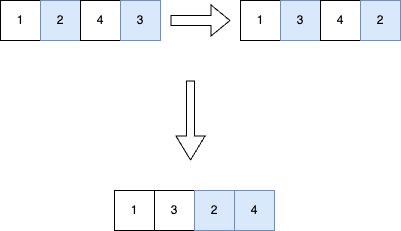
Earlier version of the draw.io export UML/下一个排列.drawio.png (Luozujian/draw). Source tidied: cells renumbered, new cells last; positions are measured from the earlier drawing's top-left corner, leaving out a move shared by most shapes. The source it was exported from:
```xml
<mxGraphModel>
  <root>
    <mxCell id="0" />
    <mxCell id="1" parent="0" />
    <mxCell id="2" value="1" style="rounded=0;whiteSpace=wrap;html=1;" parent="1" vertex="1">
      <mxGeometry width="40" height="40" as="geometry" />
    </mxCell>
    <mxCell id="3" value="2" style="rounded=0;whiteSpace=wrap;html=1;fillColor=#dae8fc;strokeColor=#6c8ebf;" parent="1" vertex="1">
      <mxGeometry x="40" width="40" height="40" as="geometry" />
    </mxCell>
    <mxCell id="4" value="4" style="rounded=0;whiteSpace=wrap;html=1;" parent="1" vertex="1">
      <mxGeometry x="80" width="40" height="40" as="geometry" />
    </mxCell>
    <mxCell id="5" value="3" style="rounded=0;whiteSpace=wrap;html=1;fillColor=#dae8fc;strokeColor=#6c8ebf;" parent="1" vertex="1">
      <mxGeometry x="120" width="40" height="40" as="geometry" />
    </mxCell>
    <mxCell id="6" value="1" style="rounded=0;whiteSpace=wrap;html=1;" parent="1" vertex="1">
      <mxGeometry x="240" width="40" height="40" as="geometry" />
    </mxCell>
    <mxCell id="7" value="3" style="rounded=0;whiteSpace=wrap;html=1;fillColor=#dae8fc;strokeColor=#6c8ebf;" parent="1" vertex="1">
      <mxGeometry x="280" width="40" height="40" as="geometry" />
    </mxCell>
    <mxCell id="8" value="4" style="rounded=0;whiteSpace=wrap;html=1;" parent="1" vertex="1">
      <mxGeometry x="320" width="40" height="40" as="geometry" />
    </mxCell>
    <mxCell id="9" value="2" style="rounded=0;whiteSpace=wrap;html=1;fillColor=#dae8fc;strokeColor=#6c8ebf;" parent="1" vertex="1">
      <mxGeometry x="360" width="40" height="40" as="geometry" />
    </mxCell>
    <mxCell id="10" style="shape=flexArrow;endArrow=classic;html=1;rounded=0;" parent="1" edge="1">
      <mxGeometry relative="1" as="geometry">
        <mxPoint x="170" y="20" as="sourcePoint" />
        <mxPoint x="230" y="20" as="targetPoint" />
      </mxGeometry>
    </mxCell>
    <mxCell id="11" style="shape=flexArrow;endArrow=classic;html=1;rounded=0;width=8;endSize=7.67;" parent="1" edge="1">
      <mxGeometry relative="1" as="geometry">
        <mxPoint x="190" y="80" as="sourcePoint" />
        <mxPoint x="190" y="160" as="targetPoint" />
      </mxGeometry>
    </mxCell>
    <mxCell id="12" value="1" style="rounded=0;whiteSpace=wrap;html=1;" parent="1" vertex="1">
      <mxGeometry x="114" y="190" width="40" height="40" as="geometry" />
    </mxCell>
    <mxCell id="13" value="3" style="rounded=0;whiteSpace=wrap;html=1;" parent="1" vertex="1">
      <mxGeometry x="154" y="190" width="40" height="40" as="geometry" />
    </mxCell>
    <mxCell id="14" value="2" style="rounded=0;whiteSpace=wrap;html=1;fillColor=#dae8fc;strokeColor=#6c8ebf;" parent="1" vertex="1">
      <mxGeometry x="194" y="190" width="40" height="40" as="geometry" />
    </mxCell>
    <mxCell id="15" value="4" style="rounded=0;whiteSpace=wrap;html=1;fillColor=#dae8fc;strokeColor=#6c8ebf;" parent="1" vertex="1">
      <mxGeometry x="234" y="190" width="40" height="40" as="geometry" />
    </mxCell>
  </root>
</mxGraphModel>
```
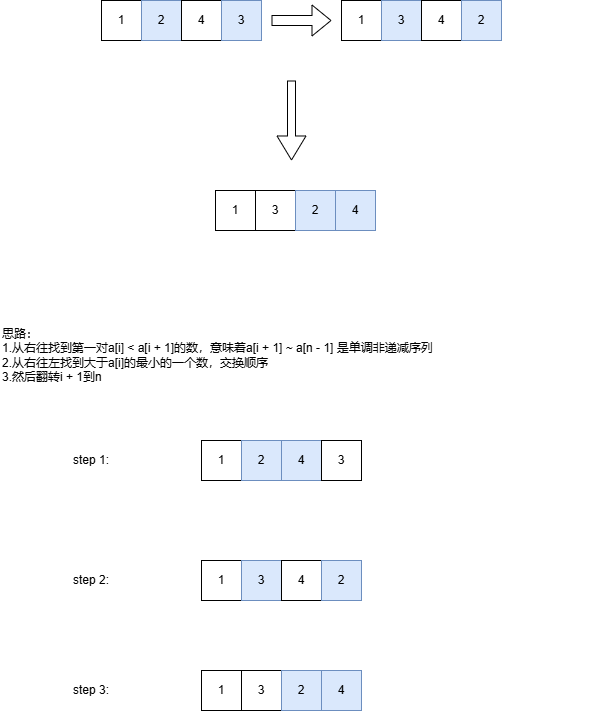
Later version of the same file.

Commit message:
更新下一个排列.drawio.png

The edit, as a diff of the source:
```diff
@@ -50,5 +50,53 @@
     <mxCell id="15" value="4" style="rounded=0;whiteSpace=wrap;html=1;fillColor=#dae8fc;strokeColor=#6c8ebf;" parent="1" vertex="1">
       <mxGeometry x="234" y="190" width="40" height="40" as="geometry" />
     </mxCell>
+    <mxCell id="16" value="思路：&lt;div&gt;1.从右往找到第一对a[i] &amp;lt; a[i + 1]的数，意味着a[i + 1] ~ a[n - 1] 是单调非递减序列&lt;/div&gt;&lt;div&gt;2.从右往左找到大于a[i]的最小的一个数，交换顺序&lt;/div&gt;&lt;div&gt;3.然后翻转i + 1到n&lt;/div&gt;" style="text;html=1;align=left;verticalAlign=middle;whiteSpace=wrap;rounded=0;" parent="1" vertex="1">
+      <mxGeometry x="-101" y="320" width="590" height="70" as="geometry" />
+    </mxCell>
+    <mxCell id="17" value="1" style="rounded=0;whiteSpace=wrap;html=1;" parent="1" vertex="1">
+      <mxGeometry x="100" y="440" width="40" height="40" as="geometry" />
+    </mxCell>
+    <mxCell id="18" value="2" style="rounded=0;whiteSpace=wrap;html=1;fillColor=#dae8fc;strokeColor=#6c8ebf;" parent="1" vertex="1">
+      <mxGeometry x="140" y="440" width="40" height="40" as="geometry" />
+    </mxCell>
+    <mxCell id="19" value="4" style="rounded=0;whiteSpace=wrap;html=1;fillColor=#dae8fc;strokeColor=#6c8ebf;" parent="1" vertex="1">
+      <mxGeometry x="180" y="440" width="40" height="40" as="geometry" />
+    </mxCell>
+    <mxCell id="20" value="3" style="rounded=0;whiteSpace=wrap;html=1;" parent="1" vertex="1">
+      <mxGeometry x="220" y="440" width="40" height="40" as="geometry" />
+    </mxCell>
+    <mxCell id="21" value="step 1:" style="text;html=1;align=center;verticalAlign=middle;whiteSpace=wrap;rounded=0;" parent="1" vertex="1">
+      <mxGeometry x="-60" y="445" width="100" height="30" as="geometry" />
+    </mxCell>
+    <mxCell id="22" value="1" style="rounded=0;whiteSpace=wrap;html=1;" parent="1" vertex="1">
+      <mxGeometry x="100" y="560" width="40" height="40" as="geometry" />
+    </mxCell>
+    <mxCell id="23" value="3" style="rounded=0;whiteSpace=wrap;html=1;fillColor=#dae8fc;strokeColor=#6c8ebf;" parent="1" vertex="1">
+      <mxGeometry x="140" y="560" width="40" height="40" as="geometry" />
+    </mxCell>
+    <mxCell id="24" value="4" style="rounded=0;whiteSpace=wrap;html=1;" parent="1" vertex="1">
+      <mxGeometry x="180" y="560" width="40" height="40" as="geometry" />
+    </mxCell>
+    <mxCell id="25" value="2" style="rounded=0;whiteSpace=wrap;html=1;fillColor=#dae8fc;strokeColor=#6c8ebf;" parent="1" vertex="1">
+      <mxGeometry x="220" y="560" width="40" height="40" as="geometry" />
+    </mxCell>
+    <mxCell id="26" value="step 2:" style="text;html=1;align=center;verticalAlign=middle;whiteSpace=wrap;rounded=0;" parent="1" vertex="1">
+      <mxGeometry x="-60" y="565" width="100" height="30" as="geometry" />
+    </mxCell>
+    <mxCell id="27" value="1" style="rounded=0;whiteSpace=wrap;html=1;" parent="1" vertex="1">
+      <mxGeometry x="100" y="670" width="40" height="40" as="geometry" />
+    </mxCell>
+    <mxCell id="28" value="3" style="rounded=0;whiteSpace=wrap;html=1;" parent="1" vertex="1">
+      <mxGeometry x="140" y="670" width="40" height="40" as="geometry" />
+    </mxCell>
+    <mxCell id="29" value="2" style="rounded=0;whiteSpace=wrap;html=1;fillColor=#dae8fc;strokeColor=#6c8ebf;" parent="1" vertex="1">
+      <mxGeometry x="180" y="670" width="40" height="40" as="geometry" />
+    </mxCell>
+    <mxCell id="30" value="4" style="rounded=0;whiteSpace=wrap;html=1;fillColor=#dae8fc;strokeColor=#6c8ebf;" parent="1" vertex="1">
+      <mxGeometry x="220" y="670" width="40" height="40" as="geometry" />
+    </mxCell>
+    <mxCell id="31" value="step 3:" style="text;html=1;align=center;verticalAlign=middle;whiteSpace=wrap;rounded=0;" parent="1" vertex="1">
+      <mxGeometry x="-60" y="675" width="100" height="30" as="geometry" />
+    </mxCell>
   </root>
 </mxGraphModel>
```
